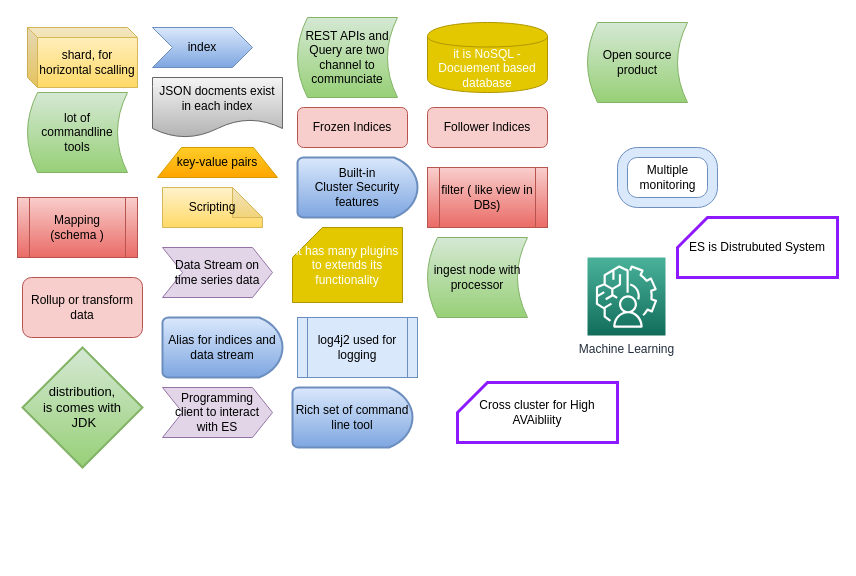
Earlier version of the draw.io diagram page "ES-General" (1 of 4) of My Articles/elastic stack/Elastic Search Understanding.drawio (paramothers/books). Source tidied: cells renumbered, new cells numbered last; positions are measured from the earlier drawing's top-left corner, leaving out a move shared by most shapes. Both pictures are drawn from the tidied source at 100%, with x=0, y=0 at pixel (17, 17).
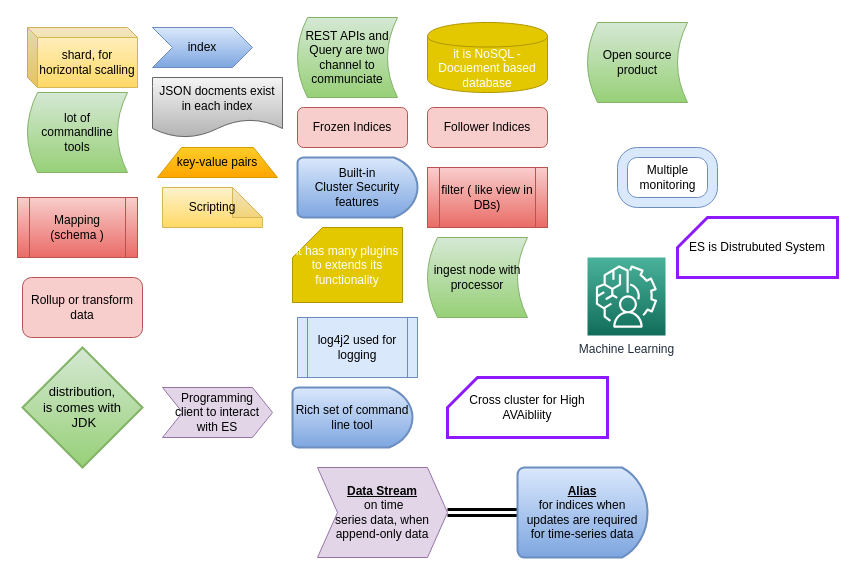
The same diagram, later.

Diff of the diagram source:
```diff
@@
+    <mxCell id="30" style="edgeStyle=orthogonalEdgeStyle;rounded=0;jettySize=auto;html=1;entryX=0;entryY=0.5;entryDx=0;entryDy=0;entryPerimeter=0;shape=link;strokeWidth=3;" parent="1" edge="1" source="11" target="17">
+      <mxGeometry relative="1" as="geometry" />
+    </mxCell>
-    <mxCell id="11" value="Data Stream on time series data" style="shape=step;perimeter=stepPerimeter;whiteSpace=wrap;html=1;fixedSize=1;fillColor=#e1d5e7;strokeColor=#9673a6;" parent="1" vertex="1">
-      <mxGeometry x="145" y="230" width="110" height="50" as="geometry" />
+    <mxCell id="11" value="&lt;b&gt;&lt;u&gt;Data Stream&lt;/u&gt;&lt;/b&gt;&lt;br&gt;&amp;nbsp;on time &lt;br&gt;series data, when &lt;br&gt;append-only data" style="shape=step;perimeter=stepPerimeter;whiteSpace=wrap;html=1;fixedSize=1;fillColor=#e1d5e7;strokeColor=#9673a6;" parent="1" vertex="1">
+      <mxGeometry x="300" y="450" width="130" height="90" as="geometry" />
     </mxCell>
@@
-    <mxCell id="17" value="Alias for indices and data stream" style="strokeWidth=2;html=1;shape=mxgraph.flowchart.delay;whiteSpace=wrap;gradientColor=#7ea6e0;fillColor=#dae8fc;strokeColor=#6c8ebf;" parent="1" vertex="1">
-      <mxGeometry x="145" y="300" width="120" height="60" as="geometry" />
+    <mxCell id="17" value="&lt;b&gt;&lt;u&gt;Alias&lt;/u&gt;&lt;/b&gt; &lt;br&gt;for indices when updates are required for time-series data" style="strokeWidth=2;html=1;shape=mxgraph.flowchart.delay;whiteSpace=wrap;gradientColor=#7ea6e0;fillColor=#dae8fc;strokeColor=#6c8ebf;" parent="1" vertex="1">
+      <mxGeometry x="500" y="450" width="130" height="90" as="geometry" />
     </mxCell>
@@
     <mxCell id="28" value="Cross cluster for High AVAibliity" style="shape=card;whiteSpace=wrap;html=1;strokeColor=#8C19FF;strokeWidth=3;fillColor=none;" parent="1" vertex="1">
-      <mxGeometry x="440" y="365" width="160" height="60" as="geometry" />
+      <mxGeometry x="430" y="360" width="160" height="60" as="geometry" />
     </mxCell>
```
